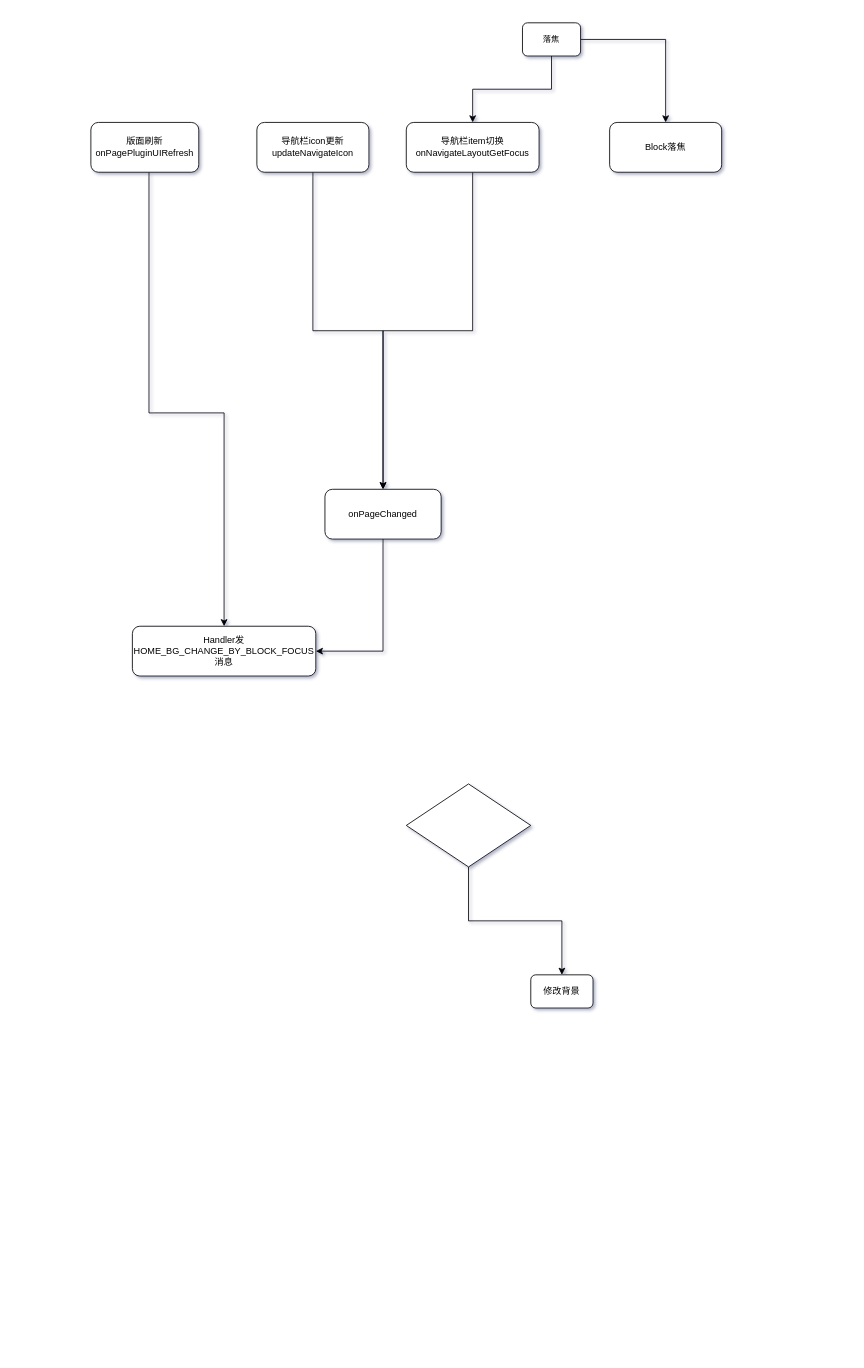
This is files/主页背景逻辑.drawio from Iverson-Zhou/drawio, a draw.io file, before an edit. Source tidied: cells renumbered, new cells numbered last; positions are measured from the earlier drawing's top-left corner, leaving out a move shared by most shapes. Both pictures are drawn from the tidied source at 83%, with x=0, y=0 at pixel (90, 22).
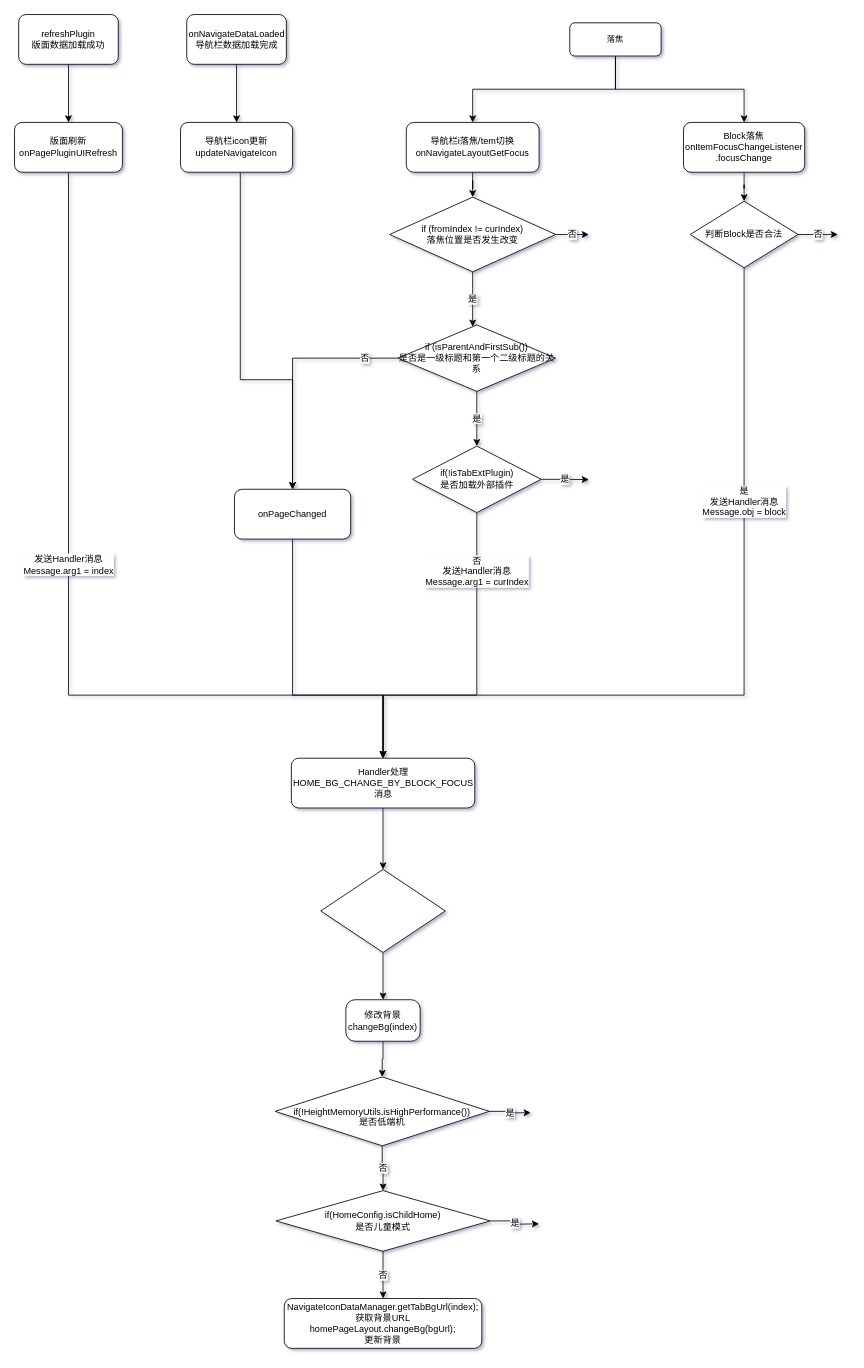
Above is the later version.

Commit message:
Update 主页背景逻辑.drawio

What changed in the source:
```diff
@@
-    <mxCell id="2" style="edgeStyle=orthogonalEdgeStyle;rounded=0;jettySize=auto;html=1;entryX=0.5;entryY=0;entryDx=0;entryDy=0;fontSize=18;" parent="1" edge="1" source="3" target="6">
-      <mxGeometry relative="1" as="geometry" />
+    <mxCell id="2" style="edgeStyle=orthogonalEdgeStyle;rounded=0;jettySize=auto;html=1;entryX=0.5;entryY=0;entryDx=0;entryDy=0;fontSize=18;exitX=0.5;exitY=1;exitDx=0;exitDy=0;exitPerimeter=0;" parent="1" edge="1" source="3" target="6">
+      <mxGeometry relative="1" as="geometry">
+        <Array as="points">
+          <mxPoint x="352" y="1170" />
+          <mxPoint x="352" y="1170" />
+        </Array>
+      </mxGeometry>
     </mxCell>
     <mxCell id="3" style="strokeWidth=1;html=1;shape=mxgraph.flowchart.decision;whiteSpace=wrap;shadow=0;sketch=0;fontSize=11;" parent="1" vertex="1">
-      <mxGeometry x="380" y="917" width="150" height="100" as="geometry" />
+      <mxGeometry x="277" y="1020" width="150" height="100" as="geometry" />
     </mxCell>
-    <mxCell id="4" style="edgeStyle=orthogonalEdgeStyle;rounded=0;jettySize=auto;html=1;entryX=0.5;entryY=0;entryDx=0;entryDy=0;fontSize=11;" parent="1" edge="1" source="5" target="14">
-      <mxGeometry relative="1" as="geometry" />
-    </mxCell>
+    <mxCell id="18" style="edgeStyle=orthogonalEdgeStyle;rounded=0;jettySize=auto;html=1;entryX=0.5;entryY=0;entryDx=0;entryDy=0;fontSize=11;" parent="1" edge="1" source="5" target="25">
+      <mxGeometry relative="1" as="geometry" />
+    </mxCell>
-    <mxCell id="5" value="&lt;font style=&quot;font-size: 11px&quot;&gt;导航栏item切换onNavigateLayoutGetFocus&lt;/font&gt;" style="rounded=1;whiteSpace=wrap;html=1;fontSize=11;" parent="1" vertex="1">
+    <mxCell id="5" value="&lt;font style=&quot;font-size: 11px&quot;&gt;导航栏i落焦/tem切换onNavigateLayoutGetFocus&lt;/font&gt;" style="rounded=1;whiteSpace=wrap;html=1;fontSize=11;" parent="1" vertex="1">
       <mxGeometry x="380" y="120" width="160" height="60" as="geometry" />
     </mxCell>
+    <mxCell id="19" style="edgeStyle=orthogonalEdgeStyle;rounded=0;jettySize=auto;html=1;entryX=0.5;entryY=0;entryDx=0;entryDy=0;fontSize=11;" parent="1" edge="1" source="6" target="41">
+      <mxGeometry relative="1" as="geometry" />
+    </mxCell>
-    <mxCell id="6" value="&lt;font style=&quot;font-size: 11px&quot;&gt;修改背景&lt;/font&gt;" style="rounded=1;whiteSpace=wrap;html=1;strokeWidth=1;" parent="1" vertex="1">
-      <mxGeometry x="530" y="1147" width="75" height="40" as="geometry" />
+    <mxCell id="6" value="&lt;font&gt;&lt;span style=&quot;font-size: 11px&quot;&gt;修改背景&lt;/span&gt;&lt;br&gt;&lt;span style=&quot;font-size: 11px&quot;&gt;changeBg(index)&lt;/span&gt;&lt;br&gt;&lt;/font&gt;" style="rounded=1;whiteSpace=wrap;html=1;strokeWidth=1;arcSize=22;" parent="1" vertex="1">
+      <mxGeometry x="307.2" y="1177" width="89.5" height="50" as="geometry" />
     </mxCell>
+    <mxCell id="20" style="edgeStyle=orthogonalEdgeStyle;rounded=0;jettySize=auto;html=1;fontSize=11;entryX=0.5;entryY=0;entryDx=0;entryDy=0;" parent="1" edge="1" source="7" target="38">
+      <mxGeometry relative="1" as="geometry" />
+    </mxCell>
-    <mxCell id="7" value="&lt;font style=&quot;font-size: 11px;&quot;&gt;Block落焦&lt;/font&gt;" style="rounded=1;whiteSpace=wrap;html=1;fontSize=11;" parent="1" vertex="1">
-      <mxGeometry x="625" y="120" width="135" height="60" as="geometry" />
+    <mxCell id="7" value="&lt;font style=&quot;font-size: 11px&quot;&gt;Block落焦onItemFocusChangeListener&lt;br&gt;.focusChange&lt;/font&gt;" style="rounded=1;whiteSpace=wrap;html=1;fontSize=11;" parent="1" vertex="1">
+      <mxGeometry x="714" y="120" width="146" height="60" as="geometry" />
     </mxCell>
     <mxCell id="8" style="edgeStyle=orthogonalEdgeStyle;rounded=0;jettySize=auto;html=1;entryX=0.5;entryY=0;entryDx=0;entryDy=0;fontSize=18;" parent="1" edge="1" source="10" target="5">
-      <mxGeometry relative="1" as="geometry" />
+      <mxGeometry relative="1" as="geometry">
+        <Array as="points">
+          <mxPoint x="632" y="80" />
+          <mxPoint x="460" y="80" />
+        </Array>
+      </mxGeometry>
     </mxCell>
-    <mxCell id="9" style="edgeStyle=orthogonalEdgeStyle;rounded=0;jettySize=auto;html=1;entryX=0.5;entryY=0;entryDx=0;entryDy=0;fontSize=18;" parent="1" edge="1" source="10" target="7">
-      <mxGeometry relative="1" as="geometry" />
+    <mxCell id="9" style="edgeStyle=orthogonalEdgeStyle;rounded=0;jettySize=auto;html=1;entryX=0.5;entryY=0;entryDx=0;entryDy=0;fontSize=11;" parent="1" edge="1" source="10" target="7">
+      <mxGeometry relative="1" as="geometry">
+        <Array as="points">
+          <mxPoint x="632" y="80" />
+          <mxPoint x="787" y="80" />
+        </Array>
+      </mxGeometry>
     </mxCell>
     <mxCell id="10" value="&lt;font style=&quot;font-size: 10px&quot;&gt;落焦&lt;/font&gt;" style="rounded=1;whiteSpace=wrap;html=1;" parent="1" vertex="1">
-      <mxGeometry x="520" width="70" height="40" as="geometry" />
+      <mxGeometry x="577" width="110" height="40" as="geometry" />
     </mxCell>
     <mxCell id="11" style="edgeStyle=orthogonalEdgeStyle;rounded=0;jettySize=auto;html=1;fontSize=11;exitX=0.5;exitY=1;exitDx=0;exitDy=0;" parent="1" edge="1" source="14" target="17">
       <mxGeometry relative="1" as="geometry">
         <Array as="points">
-          <mxPoint x="352" y="757" />
+          <mxPoint x="243" y="810" />
+          <mxPoint x="352" y="810" />
         </Array>
       </mxGeometry>
     </mxCell>
     <mxCell id="12" style="edgeStyle=orthogonalEdgeStyle;rounded=0;jettySize=auto;html=1;entryX=0.5;entryY=0;entryDx=0;entryDy=0;fontSize=11;" parent="1" edge="1" source="13" target="14">
-      <mxGeometry relative="1" as="geometry" />
+      <mxGeometry relative="1" as="geometry">
+        <Array as="points">
+          <mxPoint x="180" y="430" />
+          <mxPoint x="243" y="430" />
+        </Array>
+      </mxGeometry>
     </mxCell>
     <mxCell id="13" value="&lt;font style=&quot;font-size: 11px&quot;&gt;导航栏icon更新updateNavigateIcon&lt;/font&gt;" style="rounded=1;whiteSpace=wrap;html=1;fontSize=11;" parent="1" vertex="1">
-      <mxGeometry x="200" y="120" width="135" height="60" as="geometry" />
+      <mxGeometry x="108" y="120" width="135" height="60" as="geometry" />
     </mxCell>
     <mxCell id="14" value="&lt;font style=&quot;font-size: 11px;&quot;&gt;onPageChanged&lt;/font&gt;" style="rounded=1;whiteSpace=wrap;html=1;fontSize=11;" parent="1" vertex="1">
-      <mxGeometry x="282" y="562" width="140" height="60" as="geometry" />
+      <mxGeometry x="173" y="562" width="140" height="60" as="geometry" />
     </mxCell>
     <mxCell id="15" style="edgeStyle=orthogonalEdgeStyle;rounded=0;jettySize=auto;html=1;fontSize=11;entryX=0.5;entryY=0;entryDx=0;entryDy=0;" parent="1" edge="1" source="16" target="17">
       <mxGeometry relative="1" as="geometry">
         <Array as="points">
-          <mxPoint x="70" y="470" />
-          <mxPoint x="161" y="470" />
+          <mxPoint x="-27" y="810" />
+          <mxPoint x="352" y="810" />
         </Array>
       </mxGeometry>
     </mxCell>
+    <mxCell id="21" value="发送Handler消息&lt;br&gt;Message.arg1 = index" style="edgeLabel;html=1;align=center;verticalAlign=middle;fontSize=11;" parent="15" vertex="1">
+      <mxGeometry x="-0.13" y="-1" relative="1" as="geometry" />
+    </mxCell>
     <mxCell id="16" value="版面刷新&lt;br&gt;onPagePluginUIRefresh" style="rounded=1;whiteSpace=wrap;html=1;fontSize=11;strokeWidth=1;" parent="1" vertex="1">
-      <mxGeometry y="120" width="130" height="60" as="geometry" />
+      <mxGeometry x="-92" y="120" width="130" height="60" as="geometry" />
     </mxCell>
+    <mxCell id="22" style="edgeStyle=orthogonalEdgeStyle;rounded=0;jettySize=auto;html=1;entryX=0.5;entryY=0;entryDx=0;entryDy=0;entryPerimeter=0;fontSize=11;" parent="1" edge="1" source="17" target="3">
+      <mxGeometry relative="1" as="geometry" />
+    </mxCell>
-    <mxCell id="17" value="&lt;span style=&quot;background-color: rgb(255 , 255 , 255)&quot;&gt;Handler发HOME_BG_CHANGE_BY_BLOCK_FOCUS消息&lt;/span&gt;" style="rounded=1;whiteSpace=wrap;html=1;fontSize=11;strokeWidth=1;" parent="1" vertex="1">
-      <mxGeometry x="50" y="727" width="221" height="60" as="geometry" />
+    <mxCell id="17" value="&lt;span style=&quot;background-color: rgb(255 , 255 , 255)&quot;&gt;Handler处理HOME_BG_CHANGE_BY_BLOCK_FOCUS消息&lt;/span&gt;" style="rounded=1;whiteSpace=wrap;html=1;fontSize=11;strokeWidth=1;" parent="1" vertex="1">
+      <mxGeometry x="241.5" y="886" width="221" height="60" as="geometry" />
     </mxCell>
+    <mxCell id="23" value="是" style="edgeStyle=orthogonalEdgeStyle;rounded=0;jettySize=auto;html=1;fontSize=11;" parent="1" edge="1" source="25" target="28">
+      <mxGeometry relative="1" as="geometry">
+        <Array as="points">
+          <mxPoint x="460" y="320" />
+          <mxPoint x="460" y="320" />
+        </Array>
+      </mxGeometry>
+    </mxCell>
+    <mxCell id="24" value="否" style="edgeStyle=orthogonalEdgeStyle;rounded=0;jettySize=auto;html=1;fontSize=11;" parent="1" edge="1" source="25">
+      <mxGeometry relative="1" as="geometry">
+        <mxPoint x="600" y="255" as="targetPoint" />
+      </mxGeometry>
+    </mxCell>
+    <mxCell id="25" value="if (fromIndex != curIndex)&lt;br&gt;落焦位置是否发生改变" style="rhombus;whiteSpace=wrap;html=1;fontSize=11;strokeWidth=1;" parent="1" vertex="1">
+      <mxGeometry x="360" y="210" width="200" height="90" as="geometry" />
+    </mxCell>
+    <mxCell id="26" value="是" style="edgeStyle=orthogonalEdgeStyle;rounded=0;jettySize=auto;html=1;fontSize=11;entryX=0.5;entryY=0;entryDx=0;entryDy=0;" parent="1" edge="1" source="28" target="31">
+      <mxGeometry relative="1" as="geometry" />
+    </mxCell>
+    <mxCell id="27" value="否" style="edgeStyle=orthogonalEdgeStyle;rounded=0;jettySize=auto;html=1;entryX=0.5;entryY=0;entryDx=0;entryDy=0;fontSize=11;" parent="1" edge="1" source="28" target="14">
+      <mxGeometry x="-0.72" relative="1" as="geometry" />
+    </mxCell>
+    <mxCell id="28" value="if (isParentAndFirstSub())&lt;br&gt;是否是一级标题和第一个二级标题的关系" style="rhombus;whiteSpace=wrap;html=1;fontSize=11;strokeWidth=1;" parent="1" vertex="1">
+      <mxGeometry x="370" y="364" width="190" height="80" as="geometry" />
+    </mxCell>
+    <mxCell id="29" value="否&lt;br&gt;发送Handler消息&lt;br&gt;Message.arg1 =&amp;nbsp;curIndex" style="edgeStyle=orthogonalEdgeStyle;rounded=0;orthogonalLoop=1;jettySize=auto;html=1;entryX=0.5;entryY=0;entryDx=0;entryDy=0;fontSize=11;" parent="1" edge="1">
+      <mxGeometry x="-0.66" relative="1" as="geometry">
+        <mxPoint x="465" y="590" as="sourcePoint" />
+        <mxPoint x="352" y="886" as="targetPoint" />
+        <Array as="points">
+          <mxPoint x="465" y="810" />
+          <mxPoint x="352" y="810" />
+        </Array>
+        <mxPoint y="1" as="offset" />
+      </mxGeometry>
+    </mxCell>
+    <mxCell id="30" value="是" style="edgeStyle=orthogonalEdgeStyle;rounded=0;jettySize=auto;html=1;exitX=1;exitY=0.5;exitDx=0;exitDy=0;fontSize=11;" parent="1" edge="1" source="31">
+      <mxGeometry relative="1" as="geometry">
+        <mxPoint x="600" y="550.3" as="targetPoint" />
+      </mxGeometry>
+    </mxCell>
+    <mxCell id="31" value="if(!isTabExtPlugin)&lt;br&gt;是否加载外部插件" style="rhombus;whiteSpace=wrap;html=1;fontSize=11;strokeWidth=1;" parent="1" vertex="1">
+      <mxGeometry x="387.5" y="510" width="155" height="80" as="geometry" />
+    </mxCell>
+    <mxCell id="32" style="edgeStyle=orthogonalEdgeStyle;rounded=0;jettySize=auto;html=1;entryX=0.5;entryY=0;entryDx=0;entryDy=0;fontSize=11;" parent="1" edge="1" source="33" target="13">
+      <mxGeometry relative="1" as="geometry" />
+    </mxCell>
+    <mxCell id="33" value="onNavigateDataLoaded&lt;br&gt;导航栏数据加载完成" style="rounded=1;whiteSpace=wrap;html=1;fontSize=11;strokeWidth=1;" parent="1" vertex="1">
+      <mxGeometry x="115.5" y="-10" width="120" height="60" as="geometry" />
+    </mxCell>
+    <mxCell id="34" style="edgeStyle=orthogonalEdgeStyle;rounded=0;jettySize=auto;html=1;entryX=0.5;entryY=0;entryDx=0;entryDy=0;fontSize=11;" parent="1" edge="1" source="35" target="16">
+      <mxGeometry relative="1" as="geometry" />
+    </mxCell>
+    <mxCell id="35" value="refreshPlugin&lt;br&gt;版面数据加载成功" style="rounded=1;whiteSpace=wrap;html=1;fontSize=11;strokeWidth=1;" parent="1" vertex="1">
+      <mxGeometry x="-87" y="-10" width="120" height="60" as="geometry" />
+    </mxCell>
+    <mxCell id="36" value="否" style="edgeStyle=orthogonalEdgeStyle;rounded=0;jettySize=auto;html=1;fontSize=11;" parent="1" edge="1" source="38">
+      <mxGeometry relative="1" as="geometry">
+        <mxPoint x="900" y="255" as="targetPoint" />
+      </mxGeometry>
+    </mxCell>
+    <mxCell id="37" value="是&lt;br&gt;发送Handler消息&lt;br&gt;Message.obj = block" style="edgeStyle=orthogonalEdgeStyle;rounded=0;jettySize=auto;html=1;entryX=0.5;entryY=0;entryDx=0;entryDy=0;fontSize=11;" parent="1" edge="1" source="38" target="17">
+      <mxGeometry x="-0.45" relative="1" as="geometry">
+        <Array as="points">
+          <mxPoint x="787" y="810" />
+          <mxPoint x="352" y="810" />
+        </Array>
+      </mxGeometry>
+    </mxCell>
+    <mxCell id="38" value="判断Block是否合法" style="rhombus;whiteSpace=wrap;html=1;fontSize=11;strokeWidth=1;" parent="1" vertex="1">
+      <mxGeometry x="722" y="215" width="130" height="80" as="geometry" />
+    </mxCell>
+    <mxCell id="39" value="是" style="edgeStyle=orthogonalEdgeStyle;rounded=0;jettySize=auto;html=1;fontSize=11;" parent="1" edge="1" source="41">
+      <mxGeometry relative="1" as="geometry">
+        <mxPoint x="530" y="1313" as="targetPoint" />
+      </mxGeometry>
+    </mxCell>
+    <mxCell id="40" value="否" style="edgeStyle=orthogonalEdgeStyle;rounded=0;jettySize=auto;html=1;fontSize=11;entryX=0.5;entryY=0;entryDx=0;entryDy=0;" parent="1" edge="1" source="41" target="44">
+      <mxGeometry relative="1" as="geometry" />
+    </mxCell>
+    <mxCell id="41" value="&lt;br&gt;if(!HeightMemoryUtils.isHighPerformance())&lt;br&gt;是否低端机" style="rhombus;whiteSpace=wrap;html=1;fontSize=11;strokeWidth=1;" parent="1" vertex="1">
+      <mxGeometry x="222" y="1270" width="258" height="83" as="geometry" />
+    </mxCell>
+    <mxCell id="42" value="是" style="edgeStyle=orthogonalEdgeStyle;rounded=0;jettySize=auto;html=1;fontSize=11;" parent="1" edge="1" source="44">
+      <mxGeometry relative="1" as="geometry">
+        <mxPoint x="540" y="1447" as="targetPoint" />
+      </mxGeometry>
+    </mxCell>
+    <mxCell id="43" value="否" style="edgeStyle=orthogonalEdgeStyle;rounded=0;jettySize=auto;html=1;entryX=0.5;entryY=0;entryDx=0;entryDy=0;fontSize=11;" parent="1" edge="1" source="44" target="45">
+      <mxGeometry relative="1" as="geometry" />
+    </mxCell>
+    <mxCell id="44" value="if(HomeConfig.isChildHome)&lt;br&gt;是否儿童模式" style="rhombus;whiteSpace=wrap;html=1;fontSize=11;strokeWidth=1;" parent="1" vertex="1">
+      <mxGeometry x="223" y="1407" width="258" height="73" as="geometry" />
+    </mxCell>
+    <mxCell id="45" value="NavigateIconDataManager.getTabBgUrl(index);&lt;br&gt;获取背景URL&lt;br&gt;homePageLayout.changeBg(bgUrl);&lt;br&gt;更新背景" style="rounded=1;whiteSpace=wrap;html=1;fontSize=11;strokeWidth=1;" parent="1" vertex="1">
+      <mxGeometry x="233" y="1537" width="238" height="60" as="geometry" />
+    </mxCell>
```
